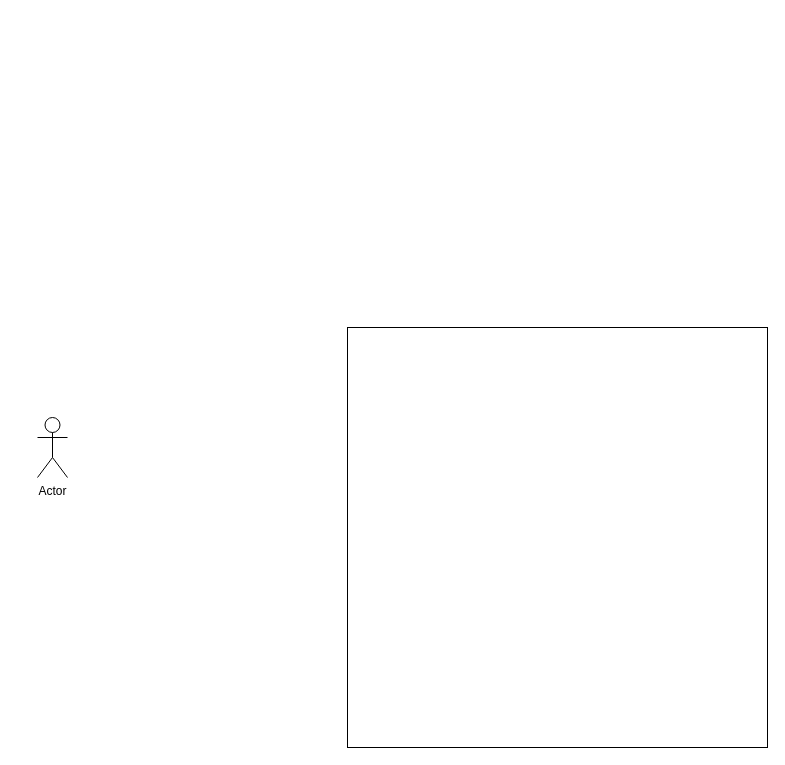
This is Untitled Diagram.drawio from ngominhthoai/UML, a draw.io file, before an edit. Source tidied: cells renumbered, new cells numbered last; positions are measured from the earlier drawing's top-left corner, leaving out a move shared by most shapes. Both pictures are drawn from the tidied source at 100%, with x=0, y=0 at pixel (37, 327).
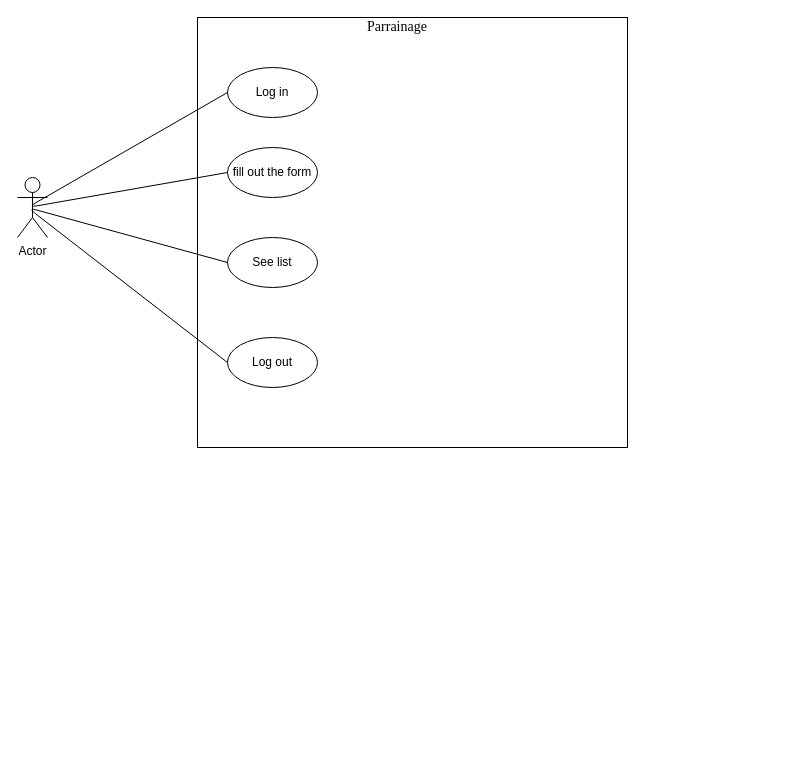
The same diagram, later.

What changed in the source:
```diff
@@
 <mxGraphModel>
   <root>
     <mxCell id="0" />
     <mxCell id="1" parent="0" />
+    <mxCell id="3" style="whiteSpace=wrap;html=1;" parent="1" vertex="1">
+      <mxGeometry x="160" y="-310" width="430" height="430" as="geometry" />
+    </mxCell>
     <mxCell id="2" value="Actor" style="shape=umlActor;verticalLabelPosition=bottom;verticalAlign=top;html=1;" parent="1" vertex="1">
-      <mxGeometry y="90" width="30" height="60" as="geometry" />
+      <mxGeometry x="-20" y="-150" width="30" height="60" as="geometry" />
     </mxCell>
-    <mxCell id="3" style="whiteSpace=wrap;html=1;" parent="1" vertex="1">
-      <mxGeometry x="310" width="420" height="420" as="geometry" />
-    </mxCell>
+    <mxCell id="4" value="&lt;font face=&quot;Times New Roman&quot; style=&quot;font-size: 14px&quot;&gt;Parrainage&lt;/font&gt;" style="text;html=1;strokeColor=none;fillColor=none;align=center;verticalAlign=middle;whiteSpace=wrap;rounded=0;" parent="1" vertex="1">
+      <mxGeometry x="340" y="-310" width="40" height="20" as="geometry" />
+    </mxCell>
+    <mxCell id="5" value="Log in" style="ellipse;whiteSpace=wrap;html=1;" parent="1" vertex="1">
+      <mxGeometry x="190" y="-260" width="90" height="50" as="geometry" />
+    </mxCell>
+    <mxCell id="6" value="fill out the form" style="ellipse;whiteSpace=wrap;html=1;" parent="1" vertex="1">
+      <mxGeometry x="190" y="-180" width="90" height="50" as="geometry" />
+    </mxCell>
+    <mxCell id="7" value="See list" style="ellipse;whiteSpace=wrap;html=1;" parent="1" vertex="1">
+      <mxGeometry x="190" y="-90" width="90" height="50" as="geometry" />
+    </mxCell>
+    <mxCell id="8" value="Log out" style="ellipse;whiteSpace=wrap;html=1;" parent="1" vertex="1">
+      <mxGeometry x="190" y="10" width="90" height="50" as="geometry" />
+    </mxCell>
+    <mxCell id="9" style="endArrow=none;html=1;exitX=0;exitY=0.5;exitDx=0;exitDy=0;entryX=0;entryY=0.5;entryDx=0;entryDy=0;" parent="1" edge="1" source="7" target="8">
+      <mxGeometry relative="1" as="geometry">
+        <Array as="points">
+          <mxPoint x="-10" y="-120" />
+        </Array>
+      </mxGeometry>
+    </mxCell>
+    <mxCell id="10" style="endArrow=none;html=1;exitX=0;exitY=0.5;exitDx=0;exitDy=0;entryX=0;entryY=0.5;entryDx=0;entryDy=0;" parent="1" edge="1" source="6" target="5">
+      <mxGeometry relative="1" as="geometry">
+        <Array as="points">
+          <mxPoint x="-10" y="-120" />
+        </Array>
+      </mxGeometry>
+    </mxCell>
   </root>
 </mxGraphModel>
```
